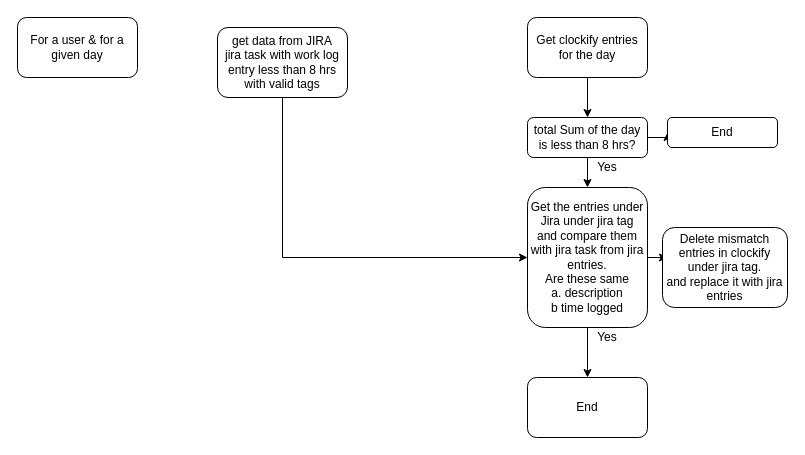
Before: Untitled Diagram.drawio in pkochar263/Sending-Emails-to-multiple-people, a draw.io diagram. Source tidied: cells renumbered, new cells numbered last; positions are measured from the earlier drawing's top-left corner, leaving out a move shared by most shapes. Both pictures are drawn from the tidied source at 100%, with x=0, y=0 at pixel (17, 17).
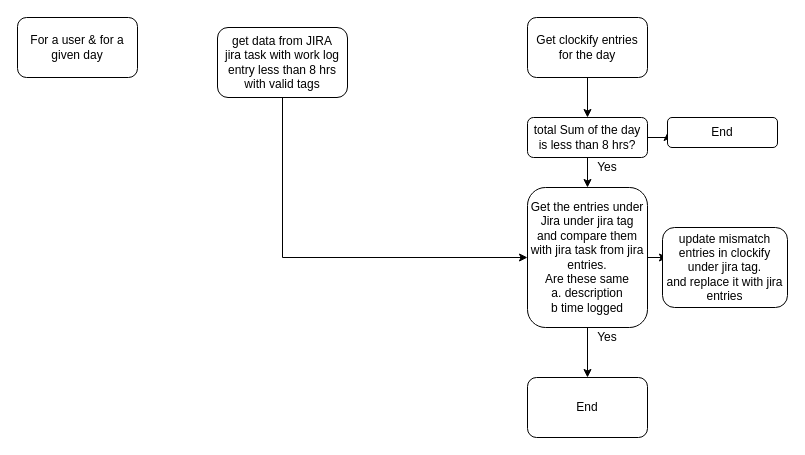
Above is the later version.

The edit, as a diff of the source:
```diff
@@
 <mxGraphModel>
   <root>
     <mxCell id="0" />
     <mxCell id="1" parent="0" />
     <mxCell id="2" style="edgeStyle=orthogonalEdgeStyle;rounded=0;jettySize=auto;html=1;exitX=0.5;exitY=1;exitDx=0;exitDy=0;entryX=0;entryY=0.5;entryDx=0;entryDy=0;" parent="1" edge="1" source="3" target="12">
       <mxGeometry relative="1" as="geometry" />
     </mxCell>
     <mxCell id="3" value="get data from JIRA&lt;br&gt;jira task with work log entry less than 8 hrs with valid tags" style="rounded=1;whiteSpace=wrap;html=1;fontSize=12;glass=0;strokeWidth=1;shadow=0;" parent="1" vertex="1">
       <mxGeometry x="200" y="10" width="130" height="70" as="geometry" />
     </mxCell>
     <mxCell id="4" value="For a user &amp;amp; for a given day" style="rounded=1;whiteSpace=wrap;html=1;" parent="1" vertex="1">
       <mxGeometry width="120" height="60" as="geometry" />
     </mxCell>
     <mxCell id="5" style="edgeStyle=orthogonalEdgeStyle;rounded=0;jettySize=auto;html=1;" parent="1" edge="1" source="6" target="9">
       <mxGeometry relative="1" as="geometry" />
     </mxCell>
     <mxCell id="6" value="Get clockify entries for the day" style="rounded=1;whiteSpace=wrap;html=1;" parent="1" vertex="1">
       <mxGeometry x="510" width="120" height="60" as="geometry" />
     </mxCell>
     <mxCell id="7" style="edgeStyle=orthogonalEdgeStyle;rounded=0;jettySize=auto;html=1;" parent="1" edge="1" source="9" target="12">
       <mxGeometry relative="1" as="geometry" />
     </mxCell>
     <mxCell id="8" style="edgeStyle=orthogonalEdgeStyle;rounded=0;jettySize=auto;html=1;" parent="1" edge="1" source="9" target="14">
       <mxGeometry relative="1" as="geometry" />
     </mxCell>
     <mxCell id="9" value="total Sum of the day is less than 8 hrs?" style="whiteSpace=wrap;html=1;rounded=1;" parent="1" vertex="1">
       <mxGeometry x="510" y="100" width="120" height="40" as="geometry" />
     </mxCell>
     <mxCell id="10" style="edgeStyle=orthogonalEdgeStyle;rounded=0;jettySize=auto;html=1;" parent="1" edge="1" source="12" target="15">
       <mxGeometry relative="1" as="geometry" />
     </mxCell>
     <mxCell id="11" style="edgeStyle=orthogonalEdgeStyle;rounded=0;jettySize=auto;html=1;" parent="1" edge="1" source="12">
       <mxGeometry relative="1" as="geometry">
         <mxPoint x="650" y="240" as="targetPoint" />
       </mxGeometry>
     </mxCell>
     <mxCell id="12" value="Get the entries under Jira under jira tag&lt;br&gt;and compare them with jira task from jira entries.&lt;br&gt;Are these same&lt;br&gt;a. description&lt;br&gt;b time logged" style="whiteSpace=wrap;html=1;rounded=1;" parent="1" vertex="1">
       <mxGeometry x="510" y="170" width="120" height="140" as="geometry" />
     </mxCell>
     <mxCell id="13" value="Yes" style="text;html=1;strokeColor=none;fillColor=none;align=center;verticalAlign=middle;whiteSpace=wrap;rounded=0;" parent="1" vertex="1">
       <mxGeometry x="570" y="140" width="40" height="20" as="geometry" />
     </mxCell>
     <mxCell id="14" value="End" style="whiteSpace=wrap;html=1;rounded=1;" parent="1" vertex="1">
       <mxGeometry x="650" y="100" width="110" height="30" as="geometry" />
     </mxCell>
     <mxCell id="15" value="End" style="whiteSpace=wrap;html=1;rounded=1;" parent="1" vertex="1">
       <mxGeometry x="510" y="360" width="120" height="60" as="geometry" />
     </mxCell>
     <mxCell id="16" value="Yes" style="text;html=1;strokeColor=none;fillColor=none;align=center;verticalAlign=middle;whiteSpace=wrap;rounded=0;" parent="1" vertex="1">
       <mxGeometry x="570" y="310" width="40" height="20" as="geometry" />
     </mxCell>
-    <mxCell id="17" value="Delete mismatch entries in clockify under jira tag.&lt;br&gt;and replace it with jira entries" style="whiteSpace=wrap;html=1;rounded=1;" parent="1" vertex="1">
+    <mxCell id="17" value="update mismatch entries in clockify under jira tag.&lt;br&gt;and replace it with jira entries" style="whiteSpace=wrap;html=1;rounded=1;" parent="1" vertex="1">
       <mxGeometry x="645" y="210" width="125" height="80" as="geometry" />
     </mxCell>
   </root>
 </mxGraphModel>
```
